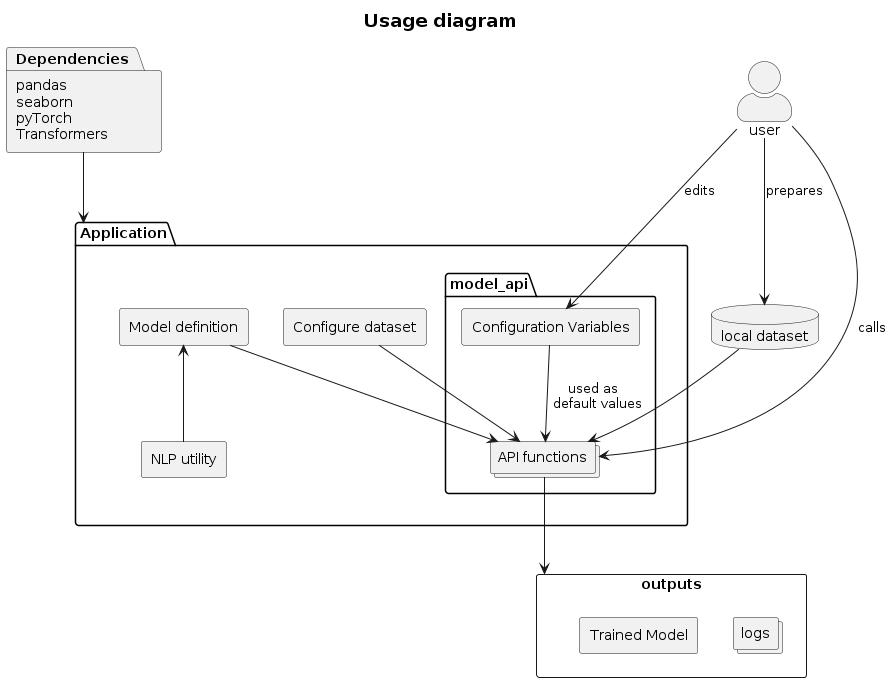
Above: usage.png in enbaxa/TFM (PlantUML), before the change.
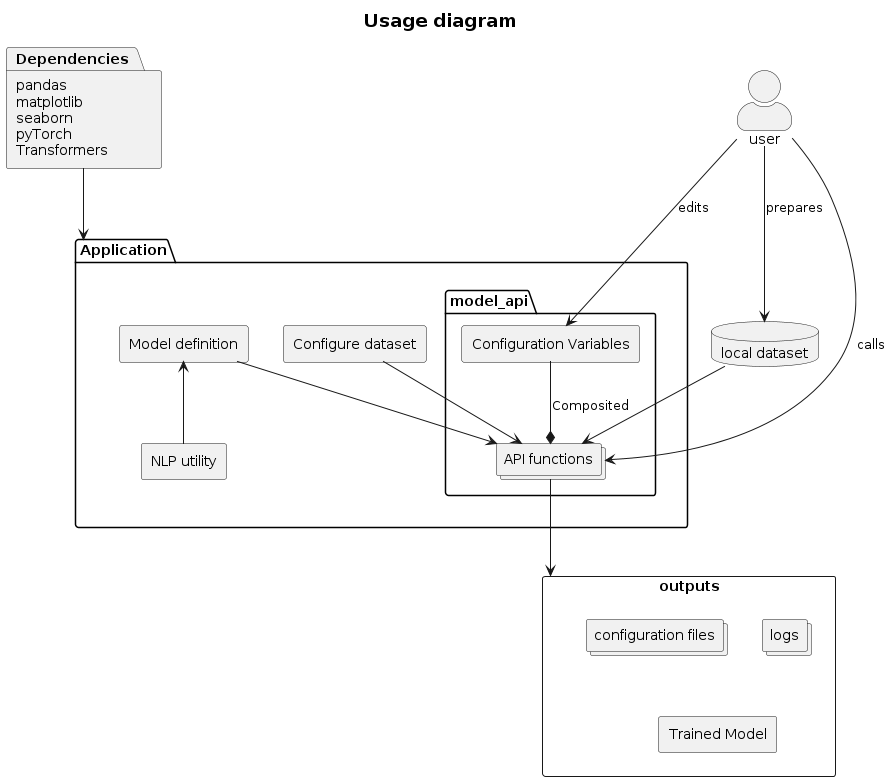
Later version of the same file.

Change to the diagram source:
```diff
@@ -5,6 +5,7 @@
 
 package Dependencies[
     pandas
+    matplotlib
     seaborn
     pyTorch
     Transformers
@@ -20,7 +21,7 @@
         rectangle "Configuration Variables" as ConfigRun
 
         collections "API functions" as fucs
-        ConfigRun --> fucs : "used as \n default values"
+        ConfigRun --* fucs : "Composited"
         user --> Application.model_api.ConfigRun : edits
         user --> fucs : calls
 
@@ -36,6 +37,9 @@
 rectangle outputs{
     collections logs
     rectangle "Trained Model" as model
+    collections "configuration files" as config
+    logs -[hidden]d- model
+    config -[hidden]d- model
 }
 
 rectangle "Trained Model" as model
```
